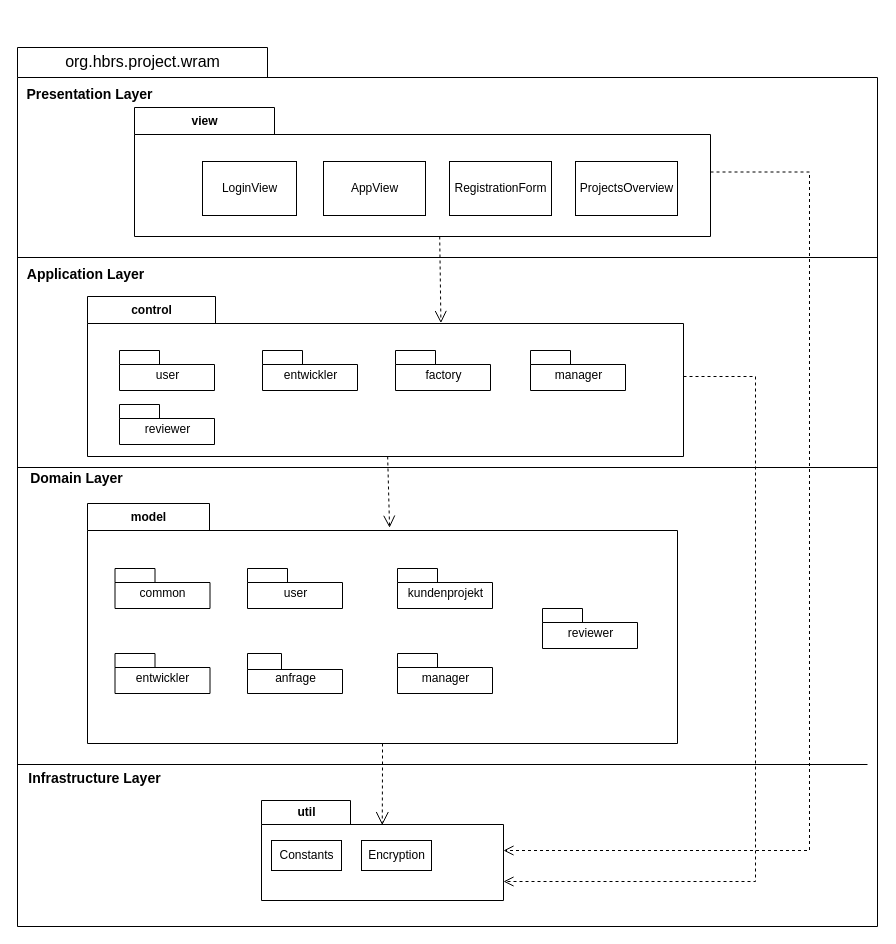
Before: docs/diagram/ArchitekturDiagramm_Bausteinsicht.drawio in TomKeppeler/WRAM, a draw.io diagram. Source tidied: cells renumbered, new cells numbered last; positions are measured from the earlier drawing's top-left corner, leaving out a move shared by most shapes. Both pictures are drawn from the tidied source at 100%, with x=0, y=0 at pixel (17, 17).
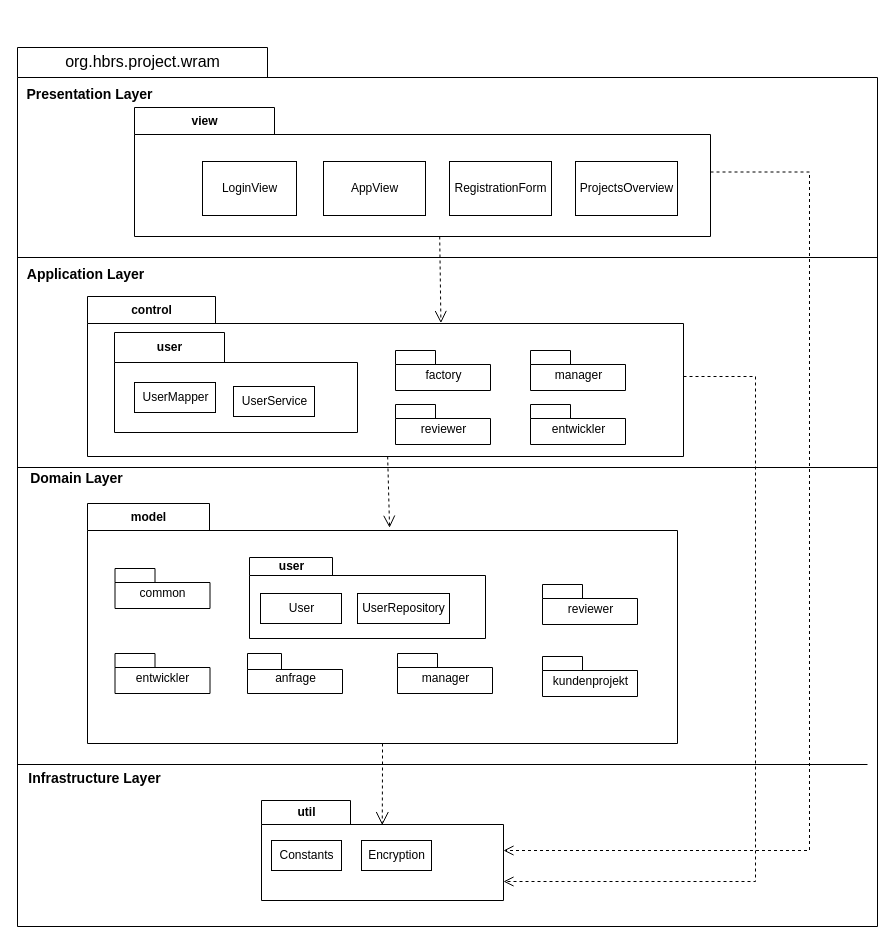
The same page after the edit.

Unchanged cells that the change refers to:
```xml
<mxCell id="14" value="control" style="shape=folder;fontStyle=1;tabWidth=128;tabHeight=27;tabPosition=left;html=1;boundedLbl=1;labelInHeader=1;" parent="2" vertex="1">
  <mxGeometry x="70" y="249" width="596" height="160" as="geometry" />
</mxCell>
<mxCell id="29" value="model" style="shape=folder;fontStyle=1;tabWidth=122;tabHeight=27;tabPosition=left;html=1;boundedLbl=1;labelInHeader=1;fillColor=none;strokeColor=default;" parent="2" vertex="1">
  <mxGeometry x="70" y="456" width="590" height="240" as="geometry" />
</mxCell>
```

Diff of the diagram source:
```diff
@@
-    <mxCell id="15" value="&lt;span style=&quot;font-weight: 400&quot;&gt;user&lt;/span&gt;" style="shape=folder;fontStyle=1;spacingTop=10;tabWidth=40;tabHeight=14;tabPosition=left;html=1;" parent="14" vertex="1">
-      <mxGeometry x="32" y="54" width="95" height="40" as="geometry" />
-    </mxCell>
     <mxCell id="16" value="&lt;span style=&quot;font-weight: 400&quot;&gt;entwickler&lt;/span&gt;" style="shape=folder;fontStyle=1;spacingTop=10;tabWidth=40;tabHeight=14;tabPosition=left;html=1;" parent="14" vertex="1">
-      <mxGeometry x="175" y="54" width="95" height="40" as="geometry" />
+      <mxGeometry x="443" y="108" width="95" height="40" as="geometry" />
     </mxCell>
@@
     <mxCell id="19" value="&lt;span style=&quot;font-weight: 400&quot;&gt;reviewer&lt;/span&gt;" style="shape=folder;fontStyle=1;spacingTop=10;tabWidth=40;tabHeight=14;tabPosition=left;html=1;" parent="14" vertex="1">
-      <mxGeometry x="32" y="108" width="95" height="40" as="geometry" />
+      <mxGeometry x="308" y="108" width="95" height="40" as="geometry" />
     </mxCell>
+    <mxCell id="38" value="user" style="shape=folder;fontStyle=1;tabWidth=110;tabHeight=30;tabPosition=left;html=1;boundedLbl=1;labelInHeader=1;" parent="14" vertex="1">
+      <mxGeometry x="27" y="36" width="243" height="100" as="geometry" />
+    </mxCell>
+    <mxCell id="39" value="UserMapper" style="html=1;" parent="38" vertex="1">
+      <mxGeometry width="81" height="30" relative="1" as="geometry">
+        <mxPoint x="20" y="50" as="offset" />
+      </mxGeometry>
+    </mxCell>
+    <mxCell id="40" value="UserService" style="html=1;" parent="38" vertex="1">
+      <mxGeometry x="119" y="54" width="81" height="30" as="geometry" />
+    </mxCell>
@@
     <mxCell id="31" value="&lt;span style=&quot;font-weight: normal&quot;&gt;reviewer&lt;/span&gt;" style="shape=folder;fontStyle=1;spacingTop=10;tabWidth=40;tabHeight=14;tabPosition=left;html=1;" parent="29" vertex="1">
-      <mxGeometry x="455" y="105" width="95" height="40" as="geometry" />
+      <mxGeometry x="455" y="81" width="95" height="40" as="geometry" />
     </mxCell>
@@
-    <mxCell id="33" value="&lt;span style=&quot;font-weight: 400&quot;&gt;user&lt;/span&gt;" style="shape=folder;fontStyle=1;spacingTop=10;tabWidth=40;tabHeight=14;tabPosition=left;html=1;" parent="29" vertex="1">
-      <mxGeometry x="160" y="65" width="95" height="40" as="geometry" />
-    </mxCell>
@@
     <mxCell id="36" value="&lt;span style=&quot;font-weight: 400&quot;&gt;kundenprojekt&lt;/span&gt;" style="shape=folder;fontStyle=1;spacingTop=10;tabWidth=40;tabHeight=14;tabPosition=left;html=1;" parent="29" vertex="1">
-      <mxGeometry x="310" y="65" width="95" height="40" as="geometry" />
+      <mxGeometry x="455" y="153" width="95" height="40" as="geometry" />
     </mxCell>
+    <mxCell id="41" value="user" style="shape=folder;fontStyle=1;tabWidth=83;tabHeight=18;tabPosition=left;html=1;boundedLbl=1;labelInHeader=1;" parent="29" vertex="1">
+      <mxGeometry x="162" y="54" width="236" height="81" as="geometry" />
+    </mxCell>
+    <mxCell id="42" value="User" style="html=1;" parent="41" vertex="1">
+      <mxGeometry width="81" height="30" relative="1" as="geometry">
+        <mxPoint x="11" y="36" as="offset" />
+      </mxGeometry>
+    </mxCell>
+    <mxCell id="43" value="UserRepository" style="html=1;" parent="41" vertex="1">
+      <mxGeometry x="108" y="36" width="92" height="30" as="geometry" />
+    </mxCell>
```
